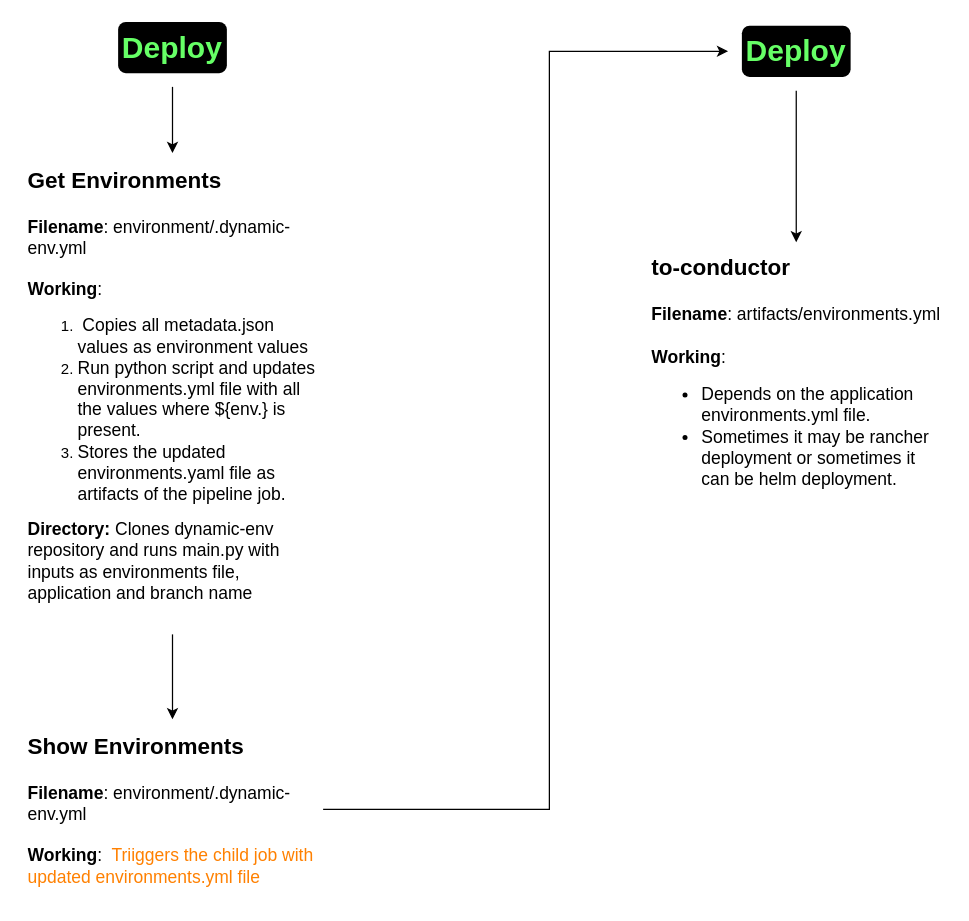
Earlier version of the draw.io diagram DeployCI.drawio (vishnu-chegondi/draw-repo). Source tidied: cells renumbered, new cells numbered last; positions are measured from the earlier drawing's top-left corner, leaving out a move shared by most shapes. Both pictures are drawn from the tidied source at 125%, with x=0, y=0 at pixel (21, 21).
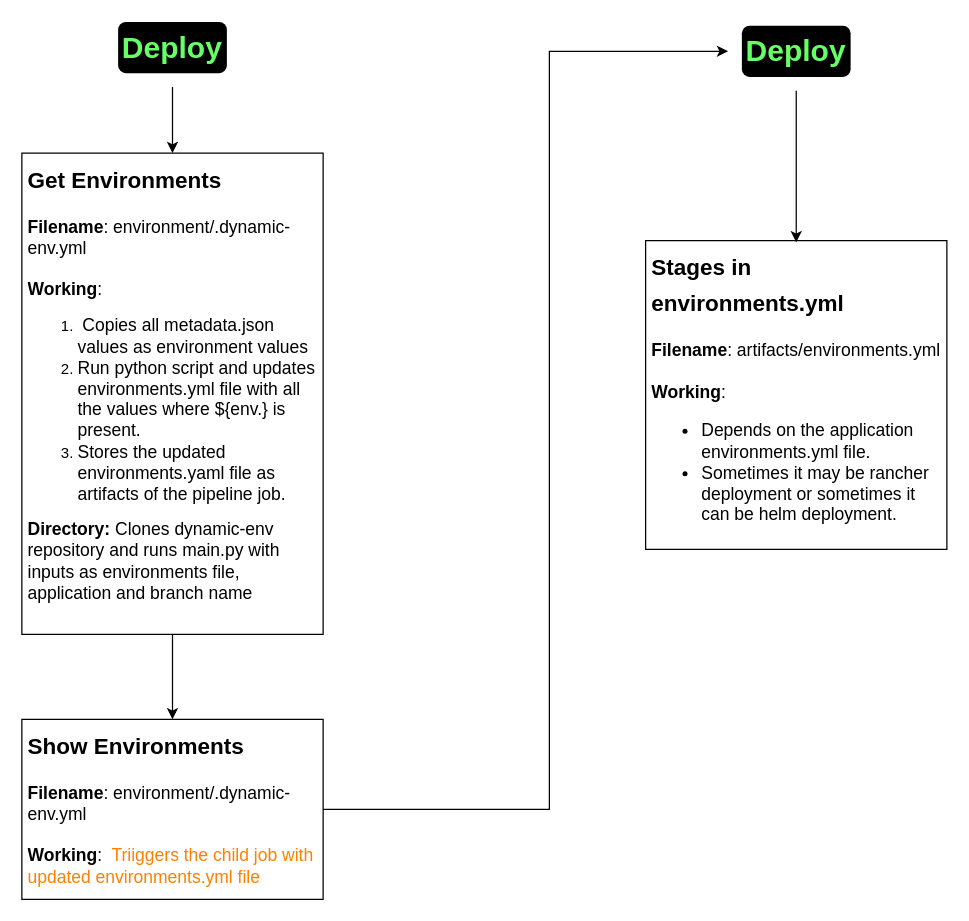
After the change.

Change to the diagram source:
```diff
@@
 <mxGraphModel>
   <root>
     <mxCell id="0" />
     <mxCell id="1" parent="0" />
     <mxCell id="2" style="edgeStyle=orthogonalEdgeStyle;rounded=0;jettySize=auto;html=1;" parent="1" edge="1" source="3" target="5">
       <mxGeometry relative="1" as="geometry" />
     </mxCell>
     <mxCell id="3" value="&lt;font color=&quot;#66ff66&quot; style=&quot;font-size: 24px;&quot;&gt;&lt;b style=&quot;background-color: rgb(0, 0, 0);&quot;&gt;Deploy&lt;/b&gt;&lt;/font&gt;" style="text;html=1;strokeColor=none;fillColor=#000000;align=center;verticalAlign=middle;whiteSpace=wrap;rounded=1;perimeterSpacing=11;shadow=0;strokeWidth=1;dashed=1;" parent="1" vertex="1">
       <mxGeometry x="77" width="87" height="41" as="geometry" />
     </mxCell>
     <mxCell id="4" style="edgeStyle=orthogonalEdgeStyle;rounded=0;jettySize=auto;html=1;entryX=0.5;entryY=0;entryDx=0;entryDy=0;" parent="1" edge="1" source="5" target="7">
       <mxGeometry relative="1" as="geometry" />
     </mxCell>
-    <mxCell id="5" value="&lt;h1&gt;&lt;span style=&quot;font-size: 18px;&quot;&gt;Get Environments&lt;/span&gt;&lt;/h1&gt;&lt;div&gt;&lt;font style=&quot;font-size: 14px;&quot;&gt;&lt;b&gt;Filename&lt;/b&gt;: environment/.dynamic-env.yml&lt;/font&gt;&lt;/div&gt;&lt;div&gt;&lt;b style=&quot;font-size: 14px; background-color: initial;&quot;&gt;&lt;br&gt;&lt;/b&gt;&lt;/div&gt;&lt;div&gt;&lt;b style=&quot;font-size: 14px; background-color: initial;&quot;&gt;Working&lt;/b&gt;&lt;span style=&quot;font-size: 14px; background-color: initial;&quot;&gt;:&lt;/span&gt;&lt;/div&gt;&lt;div&gt;&lt;ol&gt;&lt;li&gt;&lt;font style=&quot;font-size: 14px;&quot;&gt;&amp;nbsp;Copies all metadata.json values as environment values&lt;/font&gt;&lt;/li&gt;&lt;li&gt;&lt;font style=&quot;font-size: 14px;&quot;&gt;Run python script and updates environments.yml file with all the values where ${env.} is present.&lt;/font&gt;&lt;/li&gt;&lt;li&gt;&lt;font style=&quot;font-size: 14px;&quot;&gt;Stores the updated environments.yaml file as artifacts of the pipeline job.&lt;/font&gt;&lt;/li&gt;&lt;/ol&gt;&lt;/div&gt;&lt;div&gt;&lt;font style=&quot;font-size: 14px;&quot;&gt;&lt;b&gt;Directory: &lt;/b&gt;Clones dynamic-env repository and runs main.py with inputs as environments file, application and branch name&lt;br&gt;&lt;br&gt;&lt;br&gt;&lt;/font&gt;&lt;/div&gt;" style="text;html=1;strokeColor=none;fillColor=none;spacing=5;spacingTop=-20;whiteSpace=wrap;overflow=hidden;rounded=0;" parent="1" vertex="1">
+    <mxCell id="5" value="&lt;h1&gt;&lt;span style=&quot;font-size: 18px;&quot;&gt;Get Environments&lt;/span&gt;&lt;/h1&gt;&lt;div&gt;&lt;font style=&quot;font-size: 14px;&quot;&gt;&lt;b&gt;Filename&lt;/b&gt;: environment/.dynamic-env.yml&lt;/font&gt;&lt;/div&gt;&lt;div&gt;&lt;b style=&quot;font-size: 14px; background-color: initial;&quot;&gt;&lt;br&gt;&lt;/b&gt;&lt;/div&gt;&lt;div&gt;&lt;b style=&quot;font-size: 14px; background-color: initial;&quot;&gt;Working&lt;/b&gt;&lt;span style=&quot;font-size: 14px; background-color: initial;&quot;&gt;:&lt;/span&gt;&lt;/div&gt;&lt;div&gt;&lt;ol&gt;&lt;li&gt;&lt;font style=&quot;font-size: 14px;&quot;&gt;&amp;nbsp;Copies all metadata.json values as environment values&lt;/font&gt;&lt;/li&gt;&lt;li&gt;&lt;font style=&quot;font-size: 14px;&quot;&gt;Run python script and updates environments.yml file with all the values where ${env.} is present.&lt;/font&gt;&lt;/li&gt;&lt;li&gt;&lt;font style=&quot;font-size: 14px;&quot;&gt;Stores the updated environments.yaml file as artifacts of the pipeline job.&lt;/font&gt;&lt;/li&gt;&lt;/ol&gt;&lt;/div&gt;&lt;div&gt;&lt;font style=&quot;font-size: 14px;&quot;&gt;&lt;b&gt;Directory: &lt;/b&gt;Clones dynamic-env repository and runs main.py with inputs as environments file, application and branch name&lt;br&gt;&lt;br&gt;&lt;br&gt;&lt;/font&gt;&lt;/div&gt;" style="text;html=1;strokeColor=default;fillColor=none;spacing=5;spacingTop=-20;whiteSpace=wrap;overflow=hidden;rounded=0;" parent="1" vertex="1">
       <mxGeometry y="105" width="241" height="385" as="geometry" />
     </mxCell>
     <mxCell id="6" style="edgeStyle=orthogonalEdgeStyle;rounded=0;jettySize=auto;html=1;entryX=0;entryY=0.5;entryDx=0;entryDy=0;" parent="1" edge="1" source="7" target="9">
       <mxGeometry relative="1" as="geometry">
         <Array as="points">
           <mxPoint x="422" y="630" />
           <mxPoint x="422" y="24" />
         </Array>
       </mxGeometry>
     </mxCell>
-    <mxCell id="7" value="&lt;h1&gt;&lt;span style=&quot;font-size: 18px;&quot;&gt;Show Environments&lt;/span&gt;&lt;/h1&gt;&lt;div&gt;&lt;font style=&quot;font-size: 14px;&quot;&gt;&lt;b&gt;Filename&lt;/b&gt;: environment/.dynamic-env.yml&lt;/font&gt;&lt;/div&gt;&lt;div&gt;&lt;font style=&quot;font-size: 14px;&quot;&gt;&lt;br&gt;&lt;/font&gt;&lt;/div&gt;&lt;div&gt;&lt;font style=&quot;font-size: 14px;&quot;&gt;&lt;b&gt;Working&lt;/b&gt;:&amp;nbsp; &lt;font color=&quot;#ff8000&quot;&gt;Triiggers the child job with updated environments.yml file&amp;nbsp;&lt;/font&gt;&lt;/font&gt;&lt;/div&gt;&lt;div&gt;&lt;font style=&quot;font-size: 14px;&quot;&gt;&lt;br&gt;&lt;/font&gt;&lt;/div&gt;&lt;div&gt;&lt;br&gt;&lt;/div&gt;&lt;div&gt;&lt;font style=&quot;font-size: 14px;&quot;&gt;&lt;br&gt;&lt;/font&gt;&lt;/div&gt;" style="text;html=1;strokeColor=none;fillColor=none;spacing=5;spacingTop=-20;whiteSpace=wrap;overflow=hidden;rounded=0;" parent="1" vertex="1">
+    <mxCell id="7" value="&lt;h1&gt;&lt;span style=&quot;font-size: 18px;&quot;&gt;Show Environments&lt;/span&gt;&lt;/h1&gt;&lt;div&gt;&lt;font style=&quot;font-size: 14px;&quot;&gt;&lt;b&gt;Filename&lt;/b&gt;: environment/.dynamic-env.yml&lt;/font&gt;&lt;/div&gt;&lt;div&gt;&lt;font style=&quot;font-size: 14px;&quot;&gt;&lt;br&gt;&lt;/font&gt;&lt;/div&gt;&lt;div&gt;&lt;font style=&quot;font-size: 14px;&quot;&gt;&lt;b&gt;Working&lt;/b&gt;:&amp;nbsp; &lt;font color=&quot;#ff8000&quot;&gt;Triiggers the child job with updated environments.yml file&amp;nbsp;&lt;/font&gt;&lt;/font&gt;&lt;/div&gt;&lt;div&gt;&lt;font style=&quot;font-size: 14px;&quot;&gt;&lt;br&gt;&lt;/font&gt;&lt;/div&gt;&lt;div&gt;&lt;br&gt;&lt;/div&gt;&lt;div&gt;&lt;font style=&quot;font-size: 14px;&quot;&gt;&lt;br&gt;&lt;/font&gt;&lt;/div&gt;" style="text;html=1;strokeColor=default;fillColor=none;spacing=5;spacingTop=-20;whiteSpace=wrap;overflow=hidden;rounded=0;" parent="1" vertex="1">
       <mxGeometry y="558" width="241" height="144" as="geometry" />
     </mxCell>
     <mxCell id="8" style="edgeStyle=orthogonalEdgeStyle;rounded=0;jettySize=auto;html=1;" parent="1" edge="1" source="9">
       <mxGeometry relative="1" as="geometry">
         <mxPoint x="619.5" y="176.4" as="targetPoint" />
       </mxGeometry>
     </mxCell>
     <mxCell id="9" value="&lt;font color=&quot;#66ff66&quot; style=&quot;font-size: 24px;&quot;&gt;&lt;b style=&quot;background-color: rgb(0, 0, 0);&quot;&gt;Deploy&lt;/b&gt;&lt;/font&gt;" style="text;html=1;strokeColor=none;fillColor=#000000;align=center;verticalAlign=middle;whiteSpace=wrap;rounded=1;perimeterSpacing=11;shadow=0;strokeWidth=1;dashed=1;" parent="1" vertex="1">
       <mxGeometry x="576" y="3" width="87" height="41" as="geometry" />
     </mxCell>
-    <mxCell id="10" value="&lt;h1&gt;&lt;span style=&quot;font-size: 18px;&quot;&gt;to-conductor&lt;/span&gt;&lt;/h1&gt;&lt;div&gt;&lt;font style=&quot;font-size: 14px;&quot;&gt;&lt;b&gt;Filename&lt;/b&gt;: artifacts/environments.yml&lt;/font&gt;&lt;/div&gt;&lt;div&gt;&lt;font style=&quot;font-size: 14px;&quot;&gt;&lt;b&gt;&lt;br&gt;&lt;/b&gt;&lt;/font&gt;&lt;/div&gt;&lt;div&gt;&lt;font style=&quot;font-size: 14px;&quot;&gt;&lt;b&gt;Working&lt;/b&gt;:&amp;nbsp; &lt;br&gt;&lt;ul&gt;&lt;li&gt;&lt;font style=&quot;font-size: 14px;&quot;&gt;Depends on the application environments.yml file.&lt;br&gt;&lt;/font&gt;&lt;/li&gt;&lt;li&gt;&lt;font style=&quot;font-size: 14px;&quot;&gt;Sometimes it may be rancher deployment or sometimes it can be helm deployment.&lt;/font&gt;&lt;/li&gt;&lt;/ul&gt;&lt;br&gt;&lt;/font&gt;&lt;/div&gt;" style="text;html=1;strokeColor=none;fillColor=none;spacing=5;spacingTop=-20;whiteSpace=wrap;overflow=hidden;rounded=0;" parent="1" vertex="1">
-      <mxGeometry x="499" y="175" width="241" height="219" as="geometry" />
+    <mxCell id="10" value="&lt;h1&gt;&lt;span style=&quot;font-size: 18px;&quot;&gt;Stages in environments.yml&lt;/span&gt;&lt;/h1&gt;&lt;div&gt;&lt;font style=&quot;font-size: 14px;&quot;&gt;&lt;b&gt;Filename&lt;/b&gt;: artifacts/environments.yml&lt;/font&gt;&lt;/div&gt;&lt;div&gt;&lt;font style=&quot;font-size: 14px;&quot;&gt;&lt;b&gt;&lt;br&gt;&lt;/b&gt;&lt;/font&gt;&lt;/div&gt;&lt;div&gt;&lt;font style=&quot;font-size: 14px;&quot;&gt;&lt;b&gt;Working&lt;/b&gt;:&amp;nbsp; &lt;br&gt;&lt;ul&gt;&lt;li&gt;&lt;font style=&quot;font-size: 14px;&quot;&gt;Depends on the application environments.yml file.&lt;br&gt;&lt;/font&gt;&lt;/li&gt;&lt;li&gt;&lt;font style=&quot;font-size: 14px;&quot;&gt;Sometimes it may be rancher deployment or sometimes it can be helm deployment.&lt;/font&gt;&lt;/li&gt;&lt;/ul&gt;&lt;br&gt;&lt;/font&gt;&lt;/div&gt;" style="text;html=1;strokeColor=default;fillColor=none;spacing=5;spacingTop=-20;whiteSpace=wrap;overflow=hidden;rounded=0;" parent="1" vertex="1">
+      <mxGeometry x="499" y="175" width="241" height="247" as="geometry" />
     </mxCell>
   </root>
 </mxGraphModel>
```
